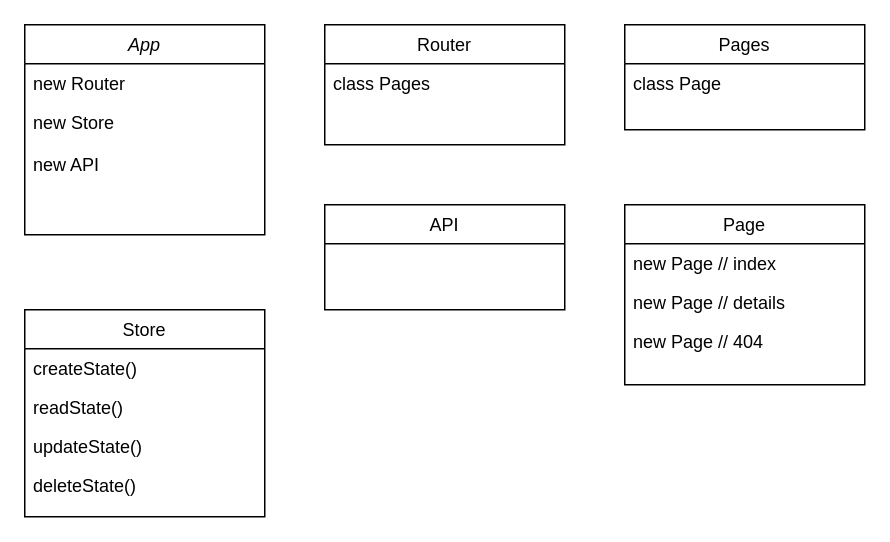
The draw.io diagram project/assets/wafs2021-actor-diagram.drawio in stanRepo/web-app-from-scratch-2021, before the edit. Source tidied: cells renumbered, new cells numbered last; positions are measured from the earlier drawing's top-left corner, leaving out a move shared by most shapes. Both pictures are drawn from the tidied source at 150%, with x=0, y=0 at pixel (24, 24).
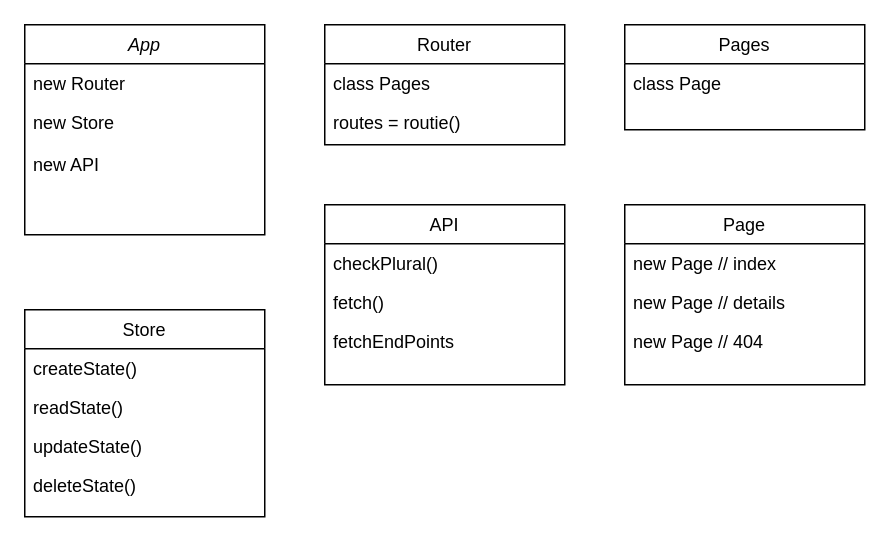
Above is the later version.

Unchanged cells that the change refers to:
```xml
<mxCell id="13" value="Router" style="swimlane;fontStyle=0;align=center;verticalAlign=top;horizontal=1;startSize=26;rounded=0;shadow=0;strokeWidth=1;" parent="1" vertex="1">
  <mxGeometry x="200" width="160" height="80" as="geometry" />
</mxCell>
```

What changed in the source:
```diff
@@
+    <mxCell id="20" value="routes = routie()" style="text;align=left;verticalAlign=top;spacingLeft=4;spacingRight=4;overflow=hidden;rounded=0;shadow=0;html=0;" parent="13" vertex="1">
+      <mxGeometry y="52" width="160" height="26" as="geometry" />
+    </mxCell>
@@
     <mxCell id="19" value="API" style="swimlane;fontStyle=0;align=center;verticalAlign=top;horizontal=1;startSize=26;rounded=0;shadow=0;strokeWidth=1;" parent="1" vertex="1">
-      <mxGeometry x="200" y="120" width="160" height="70" as="geometry" />
+      <mxGeometry x="200" y="120" width="160" height="120" as="geometry" />
     </mxCell>
+    <mxCell id="21" value="checkPlural()" style="text;align=left;verticalAlign=top;spacingLeft=4;spacingRight=4;overflow=hidden;rounded=0;shadow=0;html=0;" parent="19" vertex="1">
+      <mxGeometry y="26" width="160" height="26" as="geometry" />
+    </mxCell>
+    <mxCell id="22" value="fetch()" style="text;align=left;verticalAlign=top;spacingLeft=4;spacingRight=4;overflow=hidden;rounded=0;shadow=0;html=0;" parent="19" vertex="1">
+      <mxGeometry y="52" width="160" height="26" as="geometry" />
+    </mxCell>
+    <mxCell id="23" value="fetchEndPoints" style="text;align=left;verticalAlign=top;spacingLeft=4;spacingRight=4;overflow=hidden;rounded=0;shadow=0;html=0;" parent="19" vertex="1">
+      <mxGeometry y="78" width="160" height="26" as="geometry" />
+    </mxCell>
```
